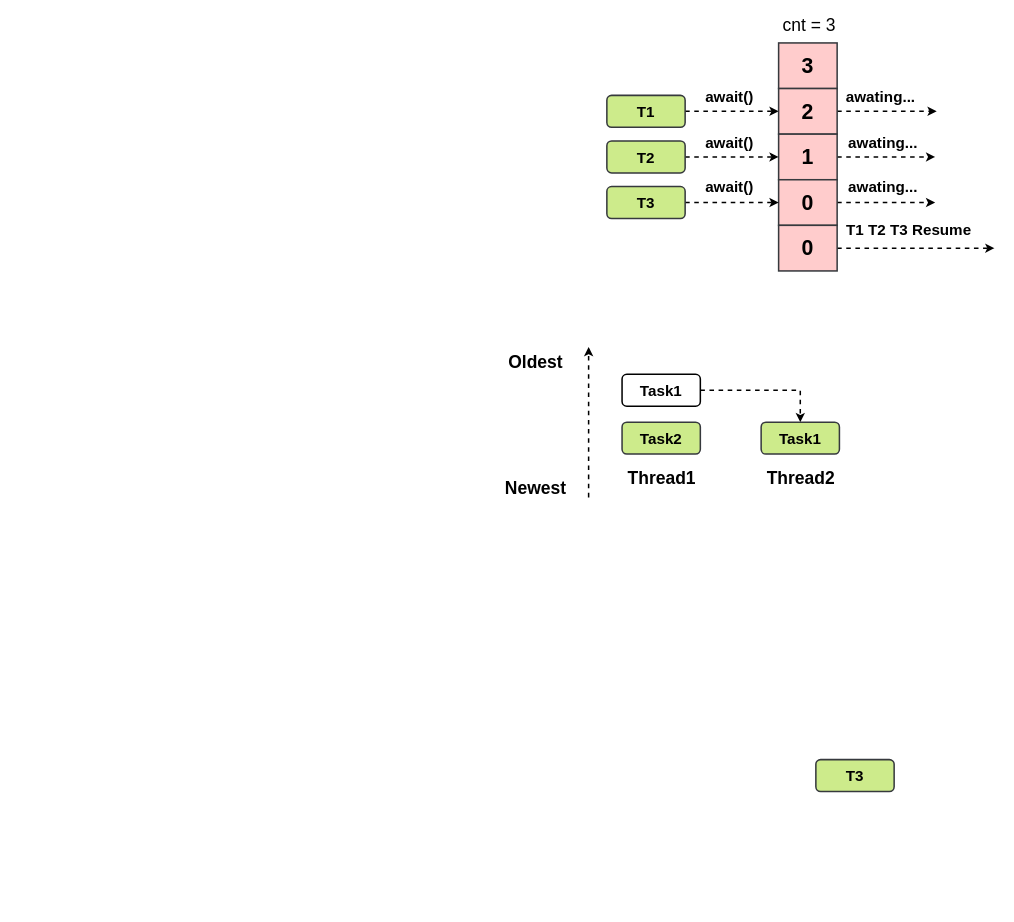
Earlier version of the draw.io diagram A Java/架构图/AQS.drawio (luckendeavor/ShiftJava). Source tidied: cells renumbered, new cells numbered last; positions are measured from the earlier drawing's top-left corner, leaving out a move shared by most shapes. Both pictures are drawn from the tidied source at 76%, with x=0, y=0 at pixel (500, 13).
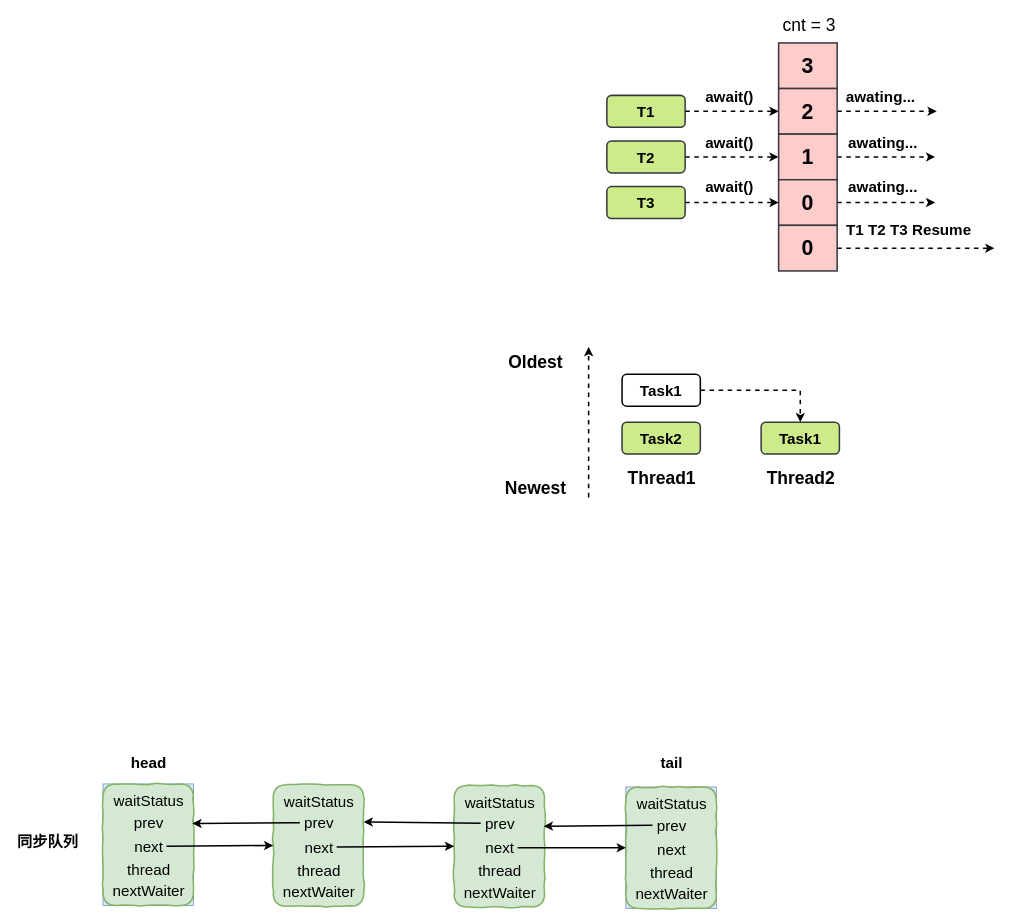
The same page after the edit.

What changed in the source:
```diff
@@
-    <mxCell id="34" value="T3" style="rounded=1;whiteSpace=wrap;html=1;strokeWidth=2;fontSize=20;fontStyle=1;fillColor=#cdeb8b;strokeColor=#36393d;" parent="1" vertex="1">
-      <mxGeometry x="415" y="982" width="103" height="42" as="geometry" />
-    </mxCell>
+    <mxCell id="35" style="group;fillColor=#dae8fc;strokeColor=#6c8ebf;" parent="1" vertex="1">
+      <mxGeometry x="-523" y="1014" width="119" height="160" as="geometry" />
+    </mxCell>
+    <mxCell id="36" style="rounded=1;whiteSpace=wrap;html=1;strokeWidth=2;fontSize=20;comic=1;fillColor=#d5e8d4;strokeColor=#82b366;" parent="35" vertex="1">
+      <mxGeometry width="119" height="160" as="geometry" />
+    </mxCell>
+    <mxCell id="37" value="waitStatus" style="text;html=1;align=center;verticalAlign=middle;fontSize=20;" parent="35" vertex="1">
+      <mxGeometry x="8.5" y="8" width="102" height="28" as="geometry" />
+    </mxCell>
+    <mxCell id="38" value="prev" style="text;html=1;align=center;verticalAlign=middle;fontSize=20;" parent="35" vertex="1">
+      <mxGeometry x="35" y="36" width="49" height="28" as="geometry" />
+    </mxCell>
+    <mxCell id="39" value="next" style="text;html=1;align=center;verticalAlign=middle;points=[];fontSize=20;" parent="35" vertex="1">
+      <mxGeometry x="35.5" y="68" width="48" height="28" as="geometry" />
+    </mxCell>
+    <mxCell id="40" value="thread" style="text;html=1;align=center;verticalAlign=middle;fontSize=20;" parent="35" vertex="1">
+      <mxGeometry x="26" y="98" width="67" height="28" as="geometry" />
+    </mxCell>
+    <mxCell id="41" value="nextWaiter" style="text;html=1;align=center;verticalAlign=middle;fontSize=20;" parent="35" vertex="1">
+      <mxGeometry x="7" y="126" width="105" height="28" as="geometry" />
+    </mxCell>
+    <mxCell id="42" style="group;" parent="1" vertex="1">
+      <mxGeometry x="-299" y="1015" width="119" height="160" as="geometry" />
+    </mxCell>
+    <mxCell id="43" style="rounded=1;whiteSpace=wrap;html=1;strokeWidth=2;fontSize=20;comic=1;fillColor=#d5e8d4;strokeColor=#82b366;" parent="42" vertex="1">
+      <mxGeometry width="119" height="160" as="geometry" />
+    </mxCell>
+    <mxCell id="44" value="waitStatus" style="text;html=1;align=center;verticalAlign=middle;fontSize=20;" parent="42" vertex="1">
+      <mxGeometry x="8.5" y="8" width="102" height="28" as="geometry" />
+    </mxCell>
+    <mxCell id="45" value="prev" style="text;html=1;align=center;verticalAlign=middle;points=[];fontSize=20;" parent="42" vertex="1">
+      <mxGeometry x="35" y="36" width="49" height="28" as="geometry" />
+    </mxCell>
+    <mxCell id="46" value="next" style="text;html=1;align=center;verticalAlign=middle;points=[];fontSize=20;" parent="42" vertex="1">
+      <mxGeometry x="35.5" y="68" width="48" height="28" as="geometry" />
+    </mxCell>
+    <mxCell id="47" value="thread" style="text;html=1;align=center;verticalAlign=middle;fontSize=20;" parent="42" vertex="1">
+      <mxGeometry x="26" y="98" width="67" height="28" as="geometry" />
+    </mxCell>
+    <mxCell id="48" value="nextWaiter" style="text;html=1;align=center;verticalAlign=middle;fontSize=20;" parent="42" vertex="1">
+      <mxGeometry x="7" y="126" width="105" height="28" as="geometry" />
+    </mxCell>
+    <mxCell id="49" style="group;" parent="1" vertex="1">
+      <mxGeometry x="-61" y="1016" width="119" height="160" as="geometry" />
+    </mxCell>
+    <mxCell id="50" style="rounded=1;whiteSpace=wrap;html=1;strokeWidth=2;fontSize=20;comic=1;fillColor=#d5e8d4;strokeColor=#82b366;" parent="49" vertex="1">
+      <mxGeometry width="119" height="160" as="geometry" />
+    </mxCell>
+    <mxCell id="51" value="waitStatus" style="text;html=1;align=center;verticalAlign=middle;fontSize=20;" parent="49" vertex="1">
+      <mxGeometry x="8.5" y="8" width="102" height="28" as="geometry" />
+    </mxCell>
+    <mxCell id="52" value="prev" style="text;html=1;align=center;verticalAlign=middle;points=[];fontSize=20;" parent="49" vertex="1">
+      <mxGeometry x="35" y="36" width="49" height="28" as="geometry" />
+    </mxCell>
+    <mxCell id="53" value="next" style="text;html=1;align=center;verticalAlign=middle;points=[];fontSize=20;" parent="49" vertex="1">
+      <mxGeometry x="35.5" y="68" width="48" height="28" as="geometry" />
+    </mxCell>
+    <mxCell id="54" value="thread" style="text;html=1;align=center;verticalAlign=middle;fontSize=20;" parent="49" vertex="1">
+      <mxGeometry x="26" y="98" width="67" height="28" as="geometry" />
+    </mxCell>
+    <mxCell id="55" value="nextWaiter" style="text;html=1;align=center;verticalAlign=middle;fontSize=20;" parent="49" vertex="1">
+      <mxGeometry x="7" y="126" width="105" height="28" as="geometry" />
+    </mxCell>
+    <mxCell id="56" style="group;fillColor=#dae8fc;strokeColor=#6c8ebf;" parent="1" vertex="1">
+      <mxGeometry x="165" y="1018" width="119" height="160" as="geometry" />
+    </mxCell>
+    <mxCell id="57" style="rounded=1;whiteSpace=wrap;html=1;strokeWidth=2;fontSize=20;comic=1;fillColor=#d5e8d4;strokeColor=#82b366;" parent="56" vertex="1">
+      <mxGeometry width="119" height="160" as="geometry" />
+    </mxCell>
+    <mxCell id="58" value="waitStatus" style="text;html=1;align=center;verticalAlign=middle;fontSize=20;" parent="56" vertex="1">
+      <mxGeometry x="8.5" y="8" width="102" height="28" as="geometry" />
+    </mxCell>
+    <mxCell id="59" value="prev" style="text;html=1;align=center;verticalAlign=middle;points=[];fontSize=20;" parent="56" vertex="1">
+      <mxGeometry x="35" y="36" width="49" height="28" as="geometry" />
+    </mxCell>
+    <mxCell id="60" value="next" style="text;html=1;align=center;verticalAlign=middle;fontSize=20;" parent="56" vertex="1">
+      <mxGeometry x="35.5" y="68" width="48" height="28" as="geometry" />
+    </mxCell>
+    <mxCell id="61" value="thread" style="text;html=1;align=center;verticalAlign=middle;fontSize=20;" parent="56" vertex="1">
+      <mxGeometry x="26" y="98" width="67" height="28" as="geometry" />
+    </mxCell>
+    <mxCell id="62" value="nextWaiter" style="text;html=1;align=center;verticalAlign=middle;fontSize=20;" parent="56" vertex="1">
+      <mxGeometry x="7" y="126" width="105" height="28" as="geometry" />
+    </mxCell>
+    <mxCell id="63" style="rounded=0;jettySize=auto;html=1;entryX=0;entryY=0.5;entryDx=0;entryDy=0;fontSize=20;strokeWidth=2;" parent="1" edge="1" source="39" target="43">
+      <mxGeometry relative="1" as="geometry" />
+    </mxCell>
+    <mxCell id="64" style="rounded=0;jettySize=auto;html=1;entryX=0;entryY=0.5;entryDx=0;entryDy=0;strokeWidth=2;fontSize=20;" parent="1" edge="1" source="46" target="50">
+      <mxGeometry relative="1" as="geometry" />
+    </mxCell>
+    <mxCell id="65" style="rounded=0;jettySize=auto;html=1;entryX=0;entryY=0.5;entryDx=0;entryDy=0;strokeWidth=2;fontSize=20;" parent="1" edge="1" source="53" target="57">
+      <mxGeometry relative="1" as="geometry" />
+    </mxCell>
+    <mxCell id="66" style="rounded=0;jettySize=auto;html=1;strokeWidth=2;fontSize=20;entryX=0.989;entryY=0.325;entryDx=0;entryDy=0;entryPerimeter=0;" parent="1" edge="1" source="45" target="36">
+      <mxGeometry relative="1" as="geometry" />
+    </mxCell>
+    <mxCell id="67" style="rounded=0;jettySize=auto;html=1;strokeWidth=2;fontSize=20;" parent="1" edge="1" source="52">
+      <mxGeometry relative="1" as="geometry">
+        <mxPoint x="-180" y="1064" as="targetPoint" />
+      </mxGeometry>
+    </mxCell>
+    <mxCell id="68" style="edgeStyle=none;rounded=0;jettySize=auto;html=1;entryX=0.992;entryY=0.335;entryDx=0;entryDy=0;entryPerimeter=0;strokeWidth=2;fontSize=20;" parent="1" edge="1" source="59" target="50">
+      <mxGeometry relative="1" as="geometry" />
+    </mxCell>
+    <mxCell id="69" value="tail" style="text;html=1;align=center;verticalAlign=middle;fontSize=20;fontStyle=1;" parent="1" vertex="1">
+      <mxGeometry x="205.5" y="971" width="39" height="28" as="geometry" />
+    </mxCell>
+    <mxCell id="70" value="head" style="text;html=1;align=center;verticalAlign=middle;fontSize=20;fontStyle=1;" parent="1" vertex="1">
+      <mxGeometry x="-492" y="971" width="57" height="28" as="geometry" />
+    </mxCell>
+    <mxCell id="71" value="同步队列" style="text;html=1;align=center;verticalAlign=middle;fontSize=20;fontStyle=1;" parent="1" vertex="1">
+      <mxGeometry x="-641" y="1076" width="90" height="28" as="geometry" />
+    </mxCell>
```
